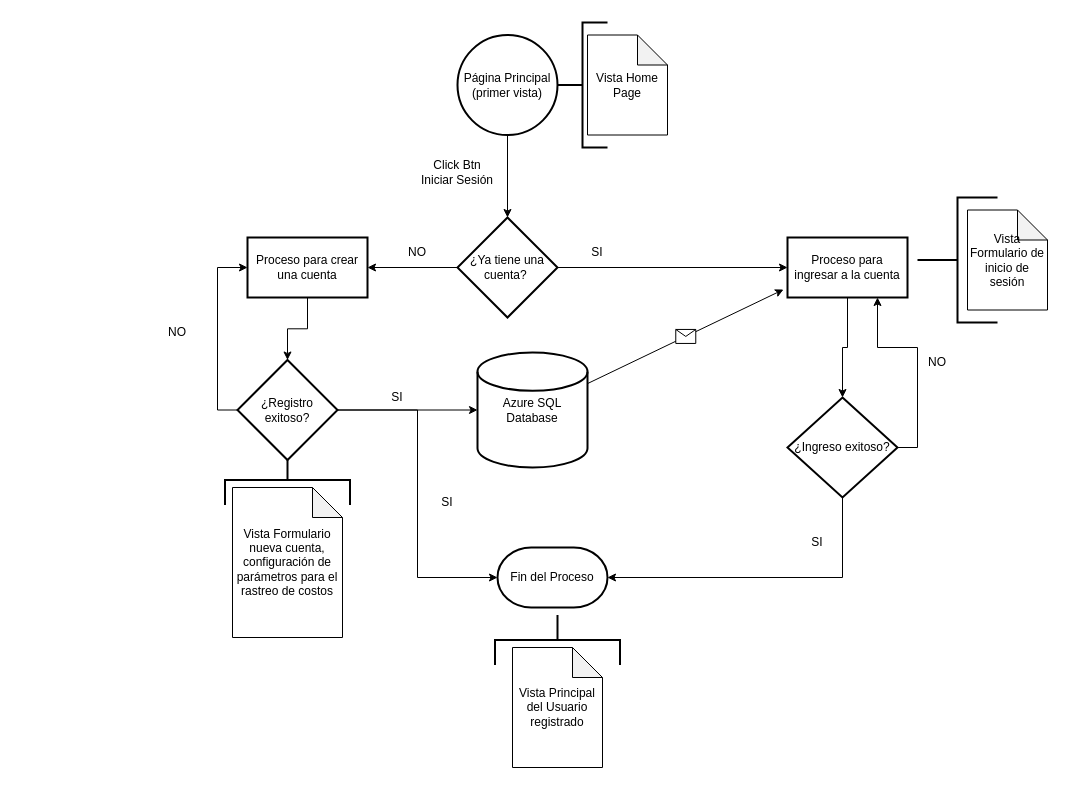
Above: Diagrama sin título.drawio in Waldemar77/PapAppCost_FlowChart (draw.io), before the change. Source tidied: cells renumbered, new cells numbered last; positions are measured from the earlier drawing's top-left corner, leaving out a move shared by most shapes. Both pictures are drawn from the tidied source at 100%, with x=0, y=0 at pixel (147, 22).
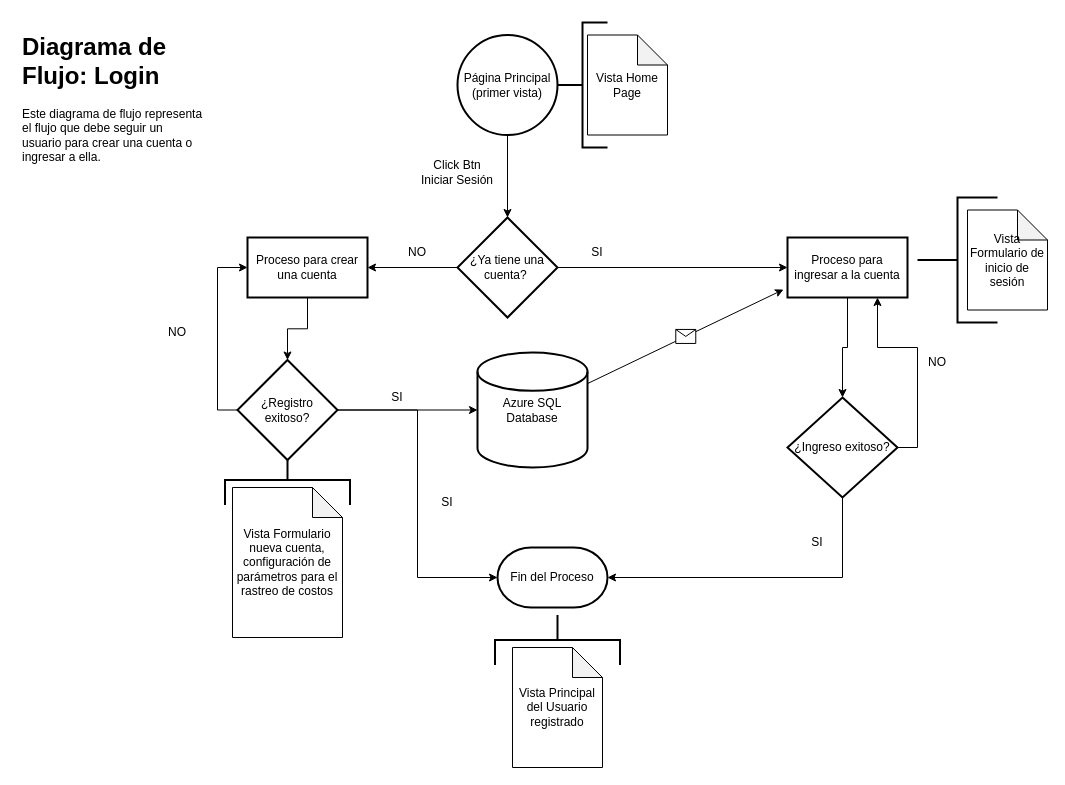
The same page after the edit.

Commit message:
Aggregating the title and brief description.

Diff of the diagram source:
```diff
@@
+    <mxCell id="38" value="&lt;h1&gt;Diagrama de Flujo: Login&lt;/h1&gt;&lt;p&gt;Este diagrama de flujo representa el flujo que debe seguir un usuario para crear una cuenta o ingresar a ella.&lt;/p&gt;" style="text;html=1;strokeColor=none;fillColor=none;spacing=5;spacingTop=-20;whiteSpace=wrap;overflow=hidden;rounded=0;" parent="1" vertex="1">
+      <mxGeometry x="-130" y="5" width="190" height="150" as="geometry" />
+    </mxCell>
```
